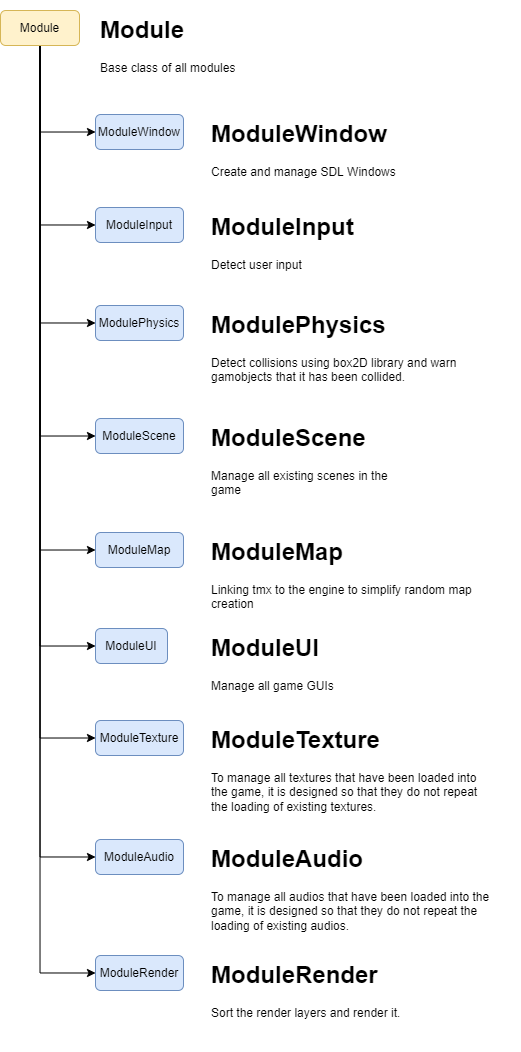
Above: img/wiki_img/TDD/Modules.png in Project2CITM/The-Last-Purifier (draw.io), before the change. Source tidied: cells renumbered, new cells last; positions are measured from the earlier drawing's top-left corner, leaving out a move shared by most shapes.
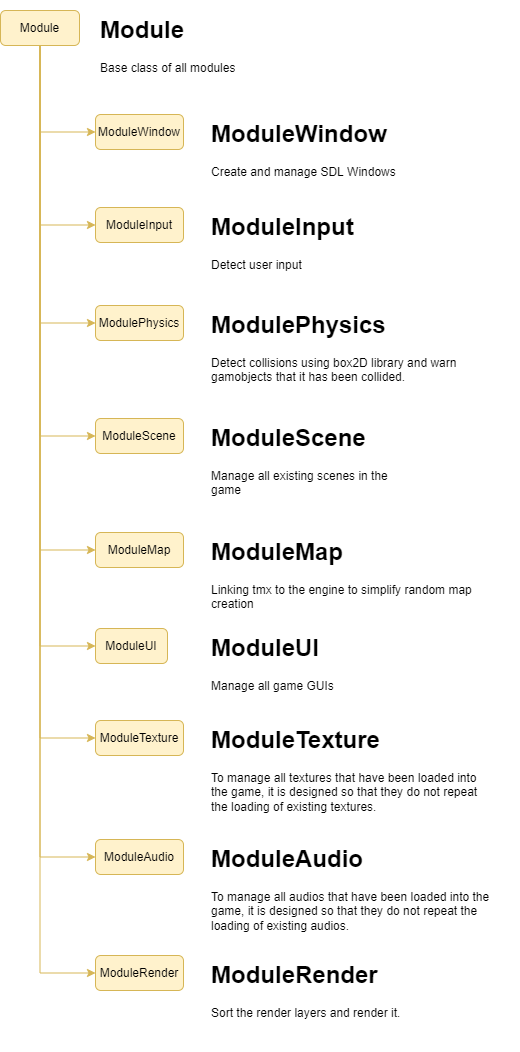
After the change.

Diff of the diagram source:
```diff
@@ -2,61 +2,61 @@
   <root>
     <mxCell id="0" />
     <mxCell id="1" parent="0" />
-    <mxCell id="2" style="edgeStyle=orthogonalEdgeStyle;rounded=0;jettySize=auto;html=1;exitX=0.5;exitY=1;exitDx=0;exitDy=0;entryX=0;entryY=0.5;entryDx=0;entryDy=0;" parent="1" edge="1" source="11" target="19">
+    <mxCell id="2" style="edgeStyle=orthogonalEdgeStyle;rounded=0;jettySize=auto;html=1;exitX=0.5;exitY=1;exitDx=0;exitDy=0;entryX=0;entryY=0.5;entryDx=0;entryDy=0;fillColor=#fff2cc;strokeColor=#d6b656;" parent="1" edge="1" source="11" target="19">
       <mxGeometry relative="1" as="geometry" />
     </mxCell>
-    <mxCell id="3" style="edgeStyle=orthogonalEdgeStyle;rounded=0;jettySize=auto;html=1;exitX=0.5;exitY=1;exitDx=0;exitDy=0;entryX=0;entryY=0.5;entryDx=0;entryDy=0;" parent="1" edge="1" source="11" target="13">
+    <mxCell id="3" style="edgeStyle=orthogonalEdgeStyle;rounded=0;jettySize=auto;html=1;exitX=0.5;exitY=1;exitDx=0;exitDy=0;entryX=0;entryY=0.5;entryDx=0;entryDy=0;fillColor=#fff2cc;strokeColor=#d6b656;" parent="1" edge="1" source="11" target="13">
       <mxGeometry relative="1" as="geometry" />
     </mxCell>
-    <mxCell id="4" style="edgeStyle=orthogonalEdgeStyle;rounded=0;jettySize=auto;html=1;exitX=0.5;exitY=1;exitDx=0;exitDy=0;entryX=0;entryY=0.5;entryDx=0;entryDy=0;" parent="1" edge="1" source="11" target="14">
+    <mxCell id="4" style="edgeStyle=orthogonalEdgeStyle;rounded=0;jettySize=auto;html=1;exitX=0.5;exitY=1;exitDx=0;exitDy=0;entryX=0;entryY=0.5;entryDx=0;entryDy=0;fillColor=#fff2cc;strokeColor=#d6b656;" parent="1" edge="1" source="11" target="14">
       <mxGeometry relative="1" as="geometry" />
     </mxCell>
-    <mxCell id="5" style="edgeStyle=orthogonalEdgeStyle;rounded=0;jettySize=auto;html=1;exitX=0.5;exitY=1;exitDx=0;exitDy=0;entryX=0;entryY=0.5;entryDx=0;entryDy=0;" parent="1" edge="1" source="11" target="16">
+    <mxCell id="5" style="edgeStyle=orthogonalEdgeStyle;rounded=0;jettySize=auto;html=1;exitX=0.5;exitY=1;exitDx=0;exitDy=0;entryX=0;entryY=0.5;entryDx=0;entryDy=0;fillColor=#fff2cc;strokeColor=#d6b656;" parent="1" edge="1" source="11" target="16">
       <mxGeometry relative="1" as="geometry" />
     </mxCell>
-    <mxCell id="6" style="edgeStyle=orthogonalEdgeStyle;rounded=0;jettySize=auto;html=1;exitX=0.5;exitY=1;exitDx=0;exitDy=0;entryX=0;entryY=0.5;entryDx=0;entryDy=0;" parent="1" edge="1" source="11" target="20">
+    <mxCell id="6" style="edgeStyle=orthogonalEdgeStyle;rounded=0;jettySize=auto;html=1;exitX=0.5;exitY=1;exitDx=0;exitDy=0;entryX=0;entryY=0.5;entryDx=0;entryDy=0;fillColor=#fff2cc;strokeColor=#d6b656;" parent="1" edge="1" source="11" target="20">
       <mxGeometry relative="1" as="geometry" />
     </mxCell>
-    <mxCell id="7" style="edgeStyle=orthogonalEdgeStyle;rounded=0;jettySize=auto;html=1;exitX=0.5;exitY=1;exitDx=0;exitDy=0;entryX=0;entryY=0.5;entryDx=0;entryDy=0;" parent="1" edge="1" source="11" target="18">
+    <mxCell id="7" style="edgeStyle=orthogonalEdgeStyle;rounded=0;jettySize=auto;html=1;exitX=0.5;exitY=1;exitDx=0;exitDy=0;entryX=0;entryY=0.5;entryDx=0;entryDy=0;fillColor=#fff2cc;strokeColor=#d6b656;" parent="1" edge="1" source="11" target="18">
       <mxGeometry relative="1" as="geometry" />
     </mxCell>
-    <mxCell id="8" style="edgeStyle=orthogonalEdgeStyle;rounded=0;jettySize=auto;html=1;exitX=0.5;exitY=1;exitDx=0;exitDy=0;entryX=0;entryY=0.5;entryDx=0;entryDy=0;" parent="1" edge="1" source="11" target="17">
+    <mxCell id="8" style="edgeStyle=orthogonalEdgeStyle;rounded=0;jettySize=auto;html=1;exitX=0.5;exitY=1;exitDx=0;exitDy=0;entryX=0;entryY=0.5;entryDx=0;entryDy=0;fillColor=#fff2cc;strokeColor=#d6b656;" parent="1" edge="1" source="11" target="17">
       <mxGeometry relative="1" as="geometry" />
     </mxCell>
-    <mxCell id="9" style="edgeStyle=orthogonalEdgeStyle;rounded=0;jettySize=auto;html=1;exitX=0.5;exitY=1;exitDx=0;exitDy=0;entryX=0;entryY=0.5;entryDx=0;entryDy=0;" parent="1" edge="1" source="11" target="12">
+    <mxCell id="9" style="edgeStyle=orthogonalEdgeStyle;rounded=0;jettySize=auto;html=1;exitX=0.5;exitY=1;exitDx=0;exitDy=0;entryX=0;entryY=0.5;entryDx=0;entryDy=0;fillColor=#fff2cc;strokeColor=#d6b656;" parent="1" edge="1" source="11" target="12">
       <mxGeometry relative="1" as="geometry" />
     </mxCell>
-    <mxCell id="10" style="edgeStyle=orthogonalEdgeStyle;rounded=0;jettySize=auto;html=1;exitX=0.5;exitY=1;exitDx=0;exitDy=0;entryX=0;entryY=0.5;entryDx=0;entryDy=0;" parent="1" edge="1" source="11" target="15">
+    <mxCell id="10" style="edgeStyle=orthogonalEdgeStyle;rounded=0;jettySize=auto;html=1;exitX=0.5;exitY=1;exitDx=0;exitDy=0;entryX=0;entryY=0.5;entryDx=0;entryDy=0;fillColor=#fff2cc;strokeColor=#d6b656;" parent="1" edge="1" source="11" target="15">
       <mxGeometry relative="1" as="geometry" />
     </mxCell>
     <mxCell id="11" value="Module" style="rounded=1;whiteSpace=wrap;html=1;fillColor=#fff2cc;strokeColor=#d6b656;" parent="1" vertex="1">
       <mxGeometry width="79" height="35" as="geometry" />
     </mxCell>
-    <mxCell id="12" value="ModuleAudio" style="rounded=1;whiteSpace=wrap;html=1;fillColor=#dae8fc;strokeColor=#6c8ebf;" parent="1" vertex="1">
+    <mxCell id="12" value="ModuleAudio" style="rounded=1;whiteSpace=wrap;html=1;fillColor=#fff2cc;strokeColor=#d6b656;" parent="1" vertex="1">
       <mxGeometry x="95" y="829" width="88" height="35" as="geometry" />
     </mxCell>
-    <mxCell id="13" value="ModuleInput" style="rounded=1;whiteSpace=wrap;html=1;fillColor=#dae8fc;strokeColor=#6c8ebf;" parent="1" vertex="1">
+    <mxCell id="13" value="ModuleInput" style="rounded=1;whiteSpace=wrap;html=1;fillColor=#fff2cc;strokeColor=#d6b656;" parent="1" vertex="1">
       <mxGeometry x="95" y="197" width="88" height="35" as="geometry" />
     </mxCell>
-    <mxCell id="14" value="ModulePhysics" style="rounded=1;whiteSpace=wrap;html=1;fillColor=#dae8fc;strokeColor=#6c8ebf;" parent="1" vertex="1">
+    <mxCell id="14" value="ModulePhysics" style="rounded=1;whiteSpace=wrap;html=1;fillColor=#fff2cc;strokeColor=#d6b656;" parent="1" vertex="1">
       <mxGeometry x="95" y="295" width="88" height="35" as="geometry" />
     </mxCell>
-    <mxCell id="15" value="ModuleRender" style="rounded=1;whiteSpace=wrap;html=1;fillColor=#dae8fc;strokeColor=#6c8ebf;" parent="1" vertex="1">
+    <mxCell id="15" value="ModuleRender" style="rounded=1;whiteSpace=wrap;html=1;fillColor=#fff2cc;strokeColor=#d6b656;" parent="1" vertex="1">
       <mxGeometry x="95" y="945" width="88" height="35" as="geometry" />
     </mxCell>
-    <mxCell id="16" value="ModuleScene" style="rounded=1;whiteSpace=wrap;html=1;fillColor=#dae8fc;strokeColor=#6c8ebf;" parent="1" vertex="1">
+    <mxCell id="16" value="ModuleScene" style="rounded=1;whiteSpace=wrap;html=1;fillColor=#fff2cc;strokeColor=#d6b656;" parent="1" vertex="1">
       <mxGeometry x="95" y="408" width="88" height="35" as="geometry" />
     </mxCell>
-    <mxCell id="17" value="ModuleTexture" style="rounded=1;whiteSpace=wrap;html=1;fillColor=#dae8fc;strokeColor=#6c8ebf;" parent="1" vertex="1">
+    <mxCell id="17" value="ModuleTexture" style="rounded=1;whiteSpace=wrap;html=1;fillColor=#fff2cc;strokeColor=#d6b656;" parent="1" vertex="1">
       <mxGeometry x="95" y="710" width="88" height="35" as="geometry" />
     </mxCell>
-    <mxCell id="18" value="ModuleUI" style="rounded=1;whiteSpace=wrap;html=1;fillColor=#dae8fc;strokeColor=#6c8ebf;" parent="1" vertex="1">
+    <mxCell id="18" value="ModuleUI" style="rounded=1;whiteSpace=wrap;html=1;fillColor=#fff2cc;strokeColor=#d6b656;" parent="1" vertex="1">
       <mxGeometry x="95" y="618" width="72" height="35" as="geometry" />
     </mxCell>
-    <mxCell id="19" value="ModuleWindow" style="rounded=1;whiteSpace=wrap;html=1;fillColor=#dae8fc;strokeColor=#6c8ebf;" parent="1" vertex="1">
+    <mxCell id="19" value="ModuleWindow" style="rounded=1;whiteSpace=wrap;html=1;fillColor=#fff2cc;strokeColor=#d6b656;" parent="1" vertex="1">
       <mxGeometry x="95" y="104" width="88" height="35" as="geometry" />
     </mxCell>
-    <mxCell id="20" value="ModuleMap" style="rounded=1;whiteSpace=wrap;html=1;fillColor=#dae8fc;strokeColor=#6c8ebf;" parent="1" vertex="1">
+    <mxCell id="20" value="ModuleMap" style="rounded=1;whiteSpace=wrap;html=1;fillColor=#fff2cc;strokeColor=#d6b656;" parent="1" vertex="1">
       <mxGeometry x="95" y="522" width="88" height="35" as="geometry" />
     </mxCell>
     <mxCell id="21" value="&lt;h1&gt;ModuleWindow&lt;/h1&gt;&lt;p&gt;Create and manage SDL Windows&lt;/p&gt;" style="text;html=1;strokeColor=none;fillColor=none;spacing=5;spacingTop=-20;whiteSpace=wrap;overflow=hidden;rounded=0;" parent="1" vertex="1">
```
